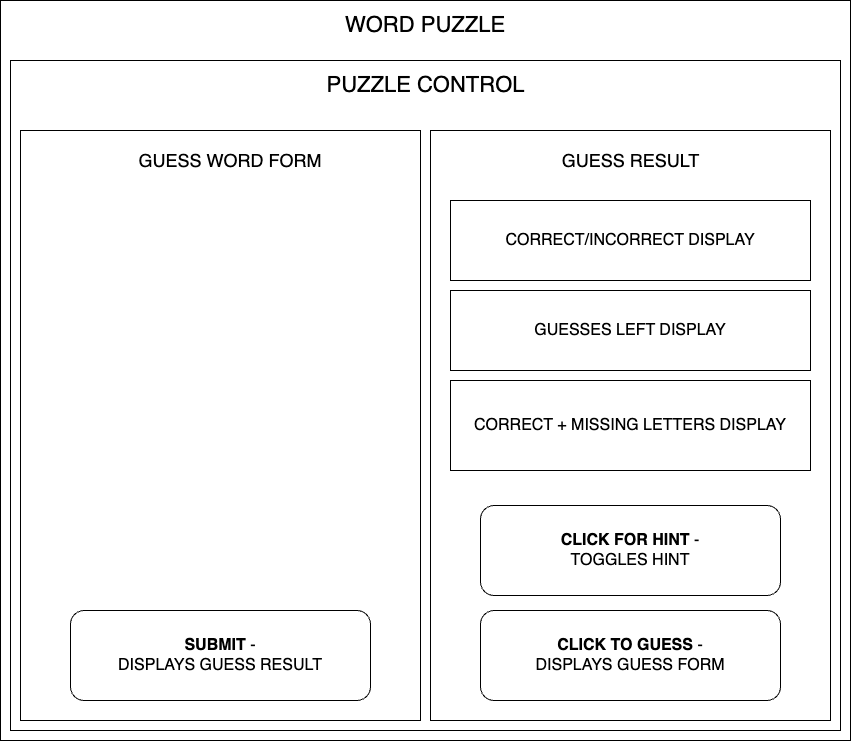
This is src/assets/wordpuzzle.png from emmalgs/word-puzzle, a draw.io export, as it was before one commit. Source tidied: cells renumbered, new cells last; positions are measured from the earlier drawing's top-left corner, leaving out a move shared by most shapes.
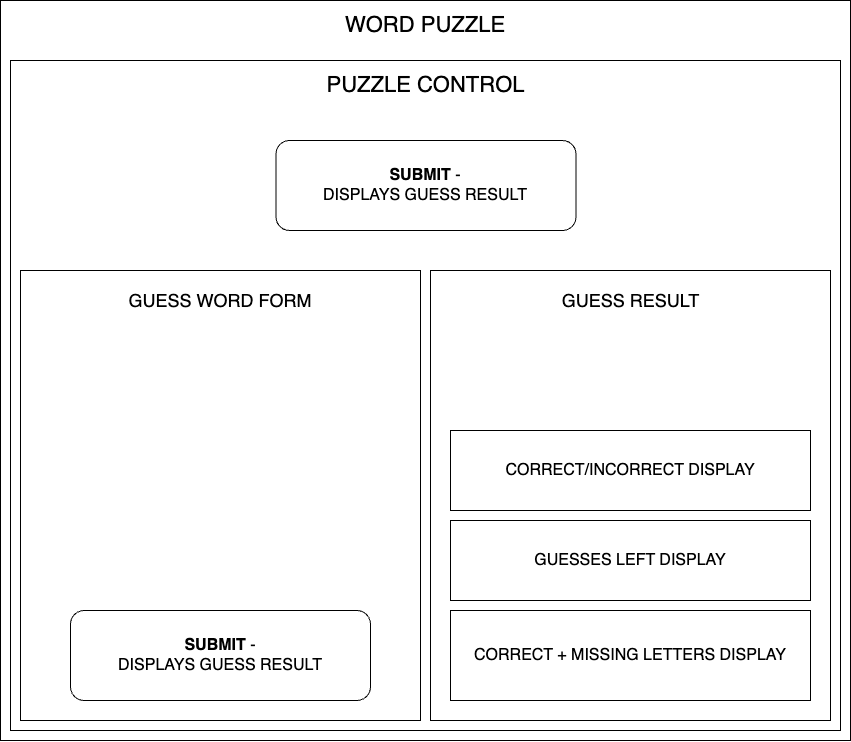
Later version of the same file.

What changed in the source:
```diff
@@ -15,34 +15,31 @@
       <mxGeometry x="313" y="60" width="225" height="50" as="geometry" />
     </mxCell>
     <mxCell id="6" style="rounded=0;whiteSpace=wrap;html=1;" parent="1" vertex="1">
-      <mxGeometry x="20" y="130" width="400" height="590" as="geometry" />
+      <mxGeometry x="20" y="270" width="400" height="450" as="geometry" />
     </mxCell>
     <mxCell id="7" value="&lt;font style=&quot;font-size: 18px;&quot;&gt;GUESS WORD FORM&lt;/font&gt;" style="text;html=1;strokeColor=none;fillColor=none;align=center;verticalAlign=middle;whiteSpace=wrap;rounded=0;" parent="1" vertex="1">
-      <mxGeometry x="125" y="140" width="210" height="40" as="geometry" />
+      <mxGeometry x="115" y="280" width="210" height="40" as="geometry" />
     </mxCell>
     <mxCell id="8" style="rounded=0;whiteSpace=wrap;html=1;" parent="1" vertex="1">
-      <mxGeometry x="430" y="130" width="400" height="590" as="geometry" />
+      <mxGeometry x="430" y="270" width="400" height="450" as="geometry" />
     </mxCell>
     <mxCell id="9" value="&lt;font style=&quot;font-size: 18px;&quot;&gt;GUESS RESULT&lt;/font&gt;" style="text;html=1;strokeColor=none;fillColor=none;align=center;verticalAlign=middle;whiteSpace=wrap;rounded=0;" parent="1" vertex="1">
-      <mxGeometry x="549.5" y="140" width="161" height="40" as="geometry" />
+      <mxGeometry x="549.5" y="280" width="161" height="40" as="geometry" />
     </mxCell>
     <mxCell id="10" value="&lt;font style=&quot;font-size: 16px;&quot;&gt;&lt;b&gt;SUBMIT&lt;/b&gt; - &lt;br&gt;DISPLAYS GUESS RESULT&lt;br&gt;&lt;/font&gt;" style="rounded=1;whiteSpace=wrap;html=1;" parent="1" vertex="1">
       <mxGeometry x="70" y="610" width="300" height="90" as="geometry" />
     </mxCell>
     <mxCell id="11" value="&lt;font style=&quot;font-size: 16px;&quot;&gt;CORRECT/INCORRECT DISPLAY&lt;/font&gt;" style="rounded=0;whiteSpace=wrap;html=1;" parent="1" vertex="1">
-      <mxGeometry x="450" y="200" width="360" height="80" as="geometry" />
+      <mxGeometry x="450" y="430" width="360" height="80" as="geometry" />
     </mxCell>
     <mxCell id="12" value="&lt;font style=&quot;font-size: 16px;&quot;&gt;GUESSES LEFT DISPLAY&lt;/font&gt;" style="rounded=0;whiteSpace=wrap;html=1;" parent="1" vertex="1">
-      <mxGeometry x="450" y="290" width="360" height="80" as="geometry" />
+      <mxGeometry x="450" y="520" width="360" height="80" as="geometry" />
     </mxCell>
     <mxCell id="13" value="&lt;font style=&quot;font-size: 16px;&quot;&gt;CORRECT + MISSING LETTERS DISPLAY&lt;/font&gt;" style="rounded=0;whiteSpace=wrap;html=1;" parent="1" vertex="1">
-      <mxGeometry x="450" y="380" width="360" height="90" as="geometry" />
+      <mxGeometry x="450" y="610" width="360" height="90" as="geometry" />
     </mxCell>
-    <mxCell id="14" value="&lt;font style=&quot;font-size: 16px;&quot;&gt;&lt;b&gt;CLICK TO GUESS&lt;/b&gt;&amp;nbsp;- &lt;br&gt;DISPLAYS GUESS FORM&lt;/font&gt;" style="rounded=1;whiteSpace=wrap;html=1;" parent="1" vertex="1">
-      <mxGeometry x="480" y="610" width="300" height="90" as="geometry" />
-    </mxCell>
-    <mxCell id="15" value="&lt;font style=&quot;font-size: 16px;&quot;&gt;&lt;b&gt;CLICK FOR HINT&lt;/b&gt;&amp;nbsp;- &lt;br&gt;TOGGLES HINT&lt;/font&gt;" style="rounded=1;whiteSpace=wrap;html=1;" parent="1" vertex="1">
-      <mxGeometry x="480" y="505" width="300" height="90" as="geometry" />
-    </mxCell>
+    <mxCell id="16" value="&lt;font style=&quot;font-size: 16px;&quot;&gt;&lt;b&gt;SUBMIT&lt;/b&gt; - &lt;br&gt;DISPLAYS GUESS RESULT&lt;br&gt;&lt;/font&gt;" style="rounded=1;whiteSpace=wrap;html=1;" parent="1" vertex="1">
+      <mxGeometry x="275.5" y="140" width="300" height="90" as="geometry" />
+    </mxCell>
   </root>
 </mxGraphModel>
```
